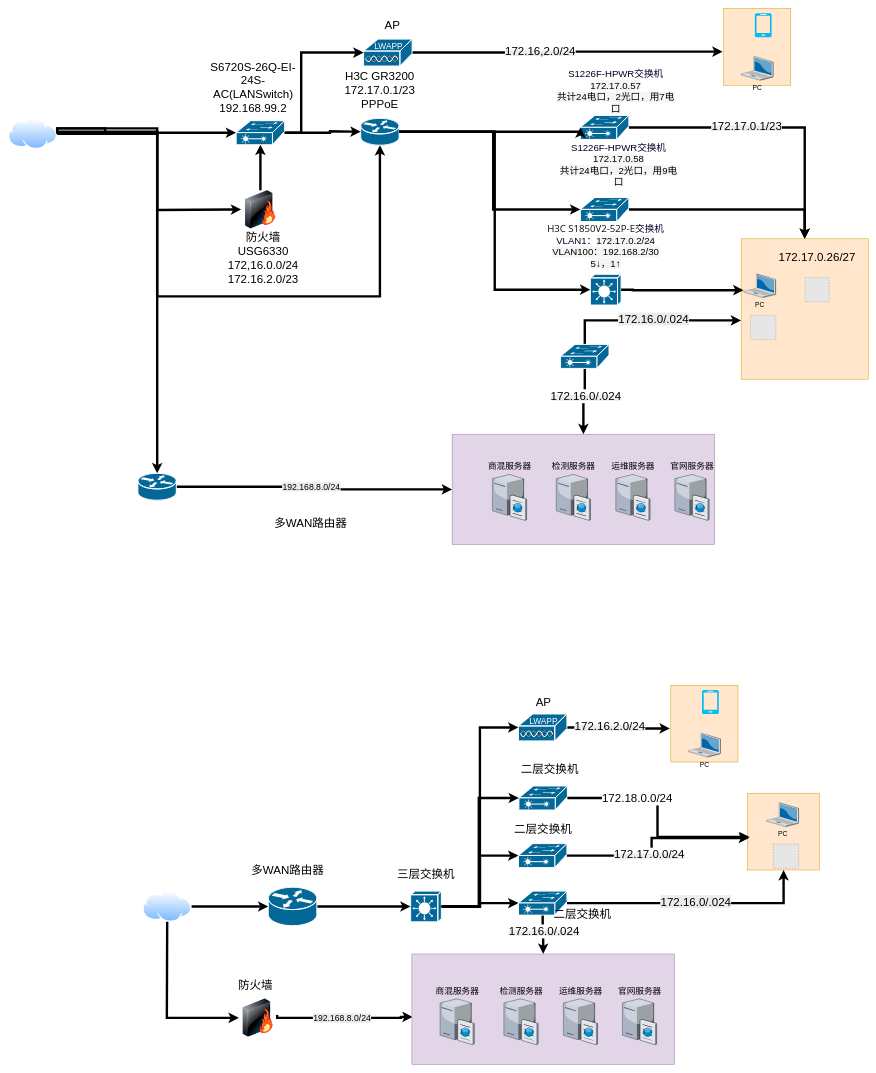
Before: 未命名绘图.drawio in NewStart2019/cardiac-segmentation, a draw.io diagram. Source tidied: cells renumbered, new cells numbered last; positions are measured from the earlier drawing's top-left corner, leaving out a move shared by most shapes. Both pictures are drawn from the tidied source at 48%, with x=0, y=0 at pixel (8, 8). Pictures stored in the file or linked from it are replaced by grey dashed boxes.
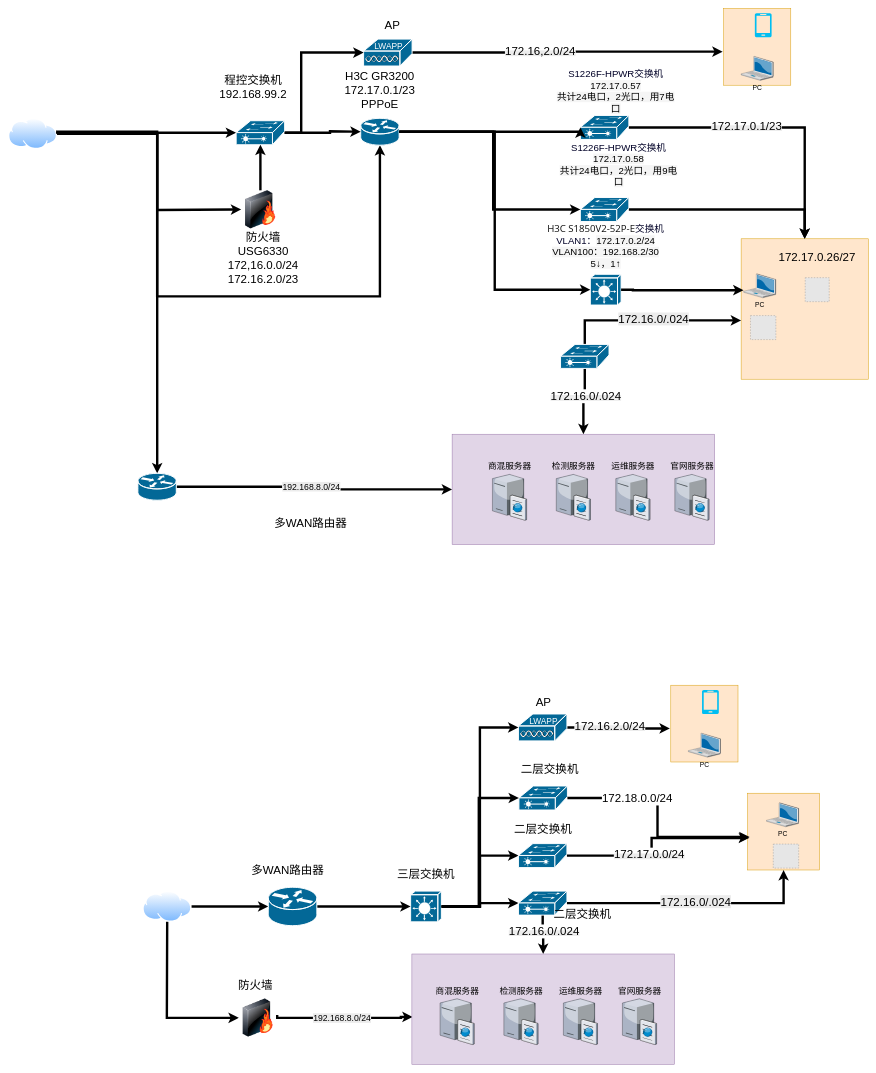
The same page after the edit.

Commit message:
未命名绘图.drawio

Unchanged cells that the change refers to:
```xml
<mxCell id="5" style="perimeter=ellipsePerimeter;html=1;align=center;shadow=0;dashed=0;spacingTop=3;image;image=img/lib/active_directory/internet_cloud.svg;fontSize=18;" parent="1" vertex="1">
  <mxGeometry y="229" width="101.6" height="64" as="geometry" />
</mxCell>
<mxCell id="27" style="strokeColor=#ffffff;sketch=0;html=1;dashed=0;fillColor=#036897;strokeWidth=2;verticalLabelPosition=bottom;verticalAlign=top;align=center;outlineConnect=0;shape=mxgraph.cisco.routers.router;" parent="1" vertex="1">
  <mxGeometry x="269.8" y="968.6" width="80" height="56" as="geometry" />
</mxCell>
<mxCell id="96" style="strokeColor=#ffffff;sketch=0;html=1;dashed=0;fillColor=#036897;strokeWidth=2;verticalLabelPosition=bottom;verticalAlign=top;align=center;outlineConnect=0;shape=mxgraph.cisco.switches.layer_2_remote_switch;" parent="1" vertex="1">
  <mxGeometry x="474.5" y="234" width="101" height="50" as="geometry" />
</mxCell>
```

What changed in the source:
```diff
@@
     <mxCell id="2" style="edgeStyle=orthogonalEdgeStyle;rounded=0;jettySize=auto;html=1;strokeWidth=5;exitX=1;exitY=0.5;exitDx=0;exitDy=0;" parent="1" edge="1" source="5" target="27">
       <mxGeometry relative="1" as="geometry">
         <Array as="points">
-          <mxPoint x="101.6" y="250" />
-          <mxPoint x="310" y="250" />
+          <mxPoint x="310" y="261" />
         </Array>
       </mxGeometry>
     </mxCell>
@@
     <mxCell id="8" style="edgeStyle=orthogonalEdgeStyle;rounded=0;jettySize=auto;html=1;strokeWidth=5;entryX=0;entryY=0.5;entryDx=0;entryDy=0;entryPerimeter=0;exitX=1;exitY=0.5;exitDx=0;exitDy=0;" parent="1" edge="1" source="5" target="96">
       <mxGeometry relative="1" as="geometry">
         <Array as="points">
-          <mxPoint x="101.6" y="250" />
-          <mxPoint x="201.6" y="250" />
-          <mxPoint x="201.6" y="259" />
+          <mxPoint x="101.6" y="259" />
         </Array>
       </mxGeometry>
     </mxCell>
@@
-    <mxCell id="97" value="&lt;span style=&quot;font-size: 24px;&quot;&gt;S6720S-26Q-EI-24S-AC(LANSwitch)&lt;/span&gt;&lt;br&gt;&lt;span style=&quot;font-size: 24px;&quot;&gt;192.168.99.2&lt;/span&gt;" style="text;html=1;whiteSpace=wrap;strokeColor=none;fillColor=none;align=center;verticalAlign=middle;rounded=0;" parent="1" vertex="1">
+    <mxCell id="97" value="&lt;span style=&quot;font-size: 24px;&quot;&gt;程控交换机192.168.99.2&lt;/span&gt;" style="text;html=1;whiteSpace=wrap;strokeColor=none;fillColor=none;align=center;verticalAlign=middle;rounded=0;" parent="1" vertex="1">
       <mxGeometry x="420" y="110" width="180" height="110" as="geometry" />
     </mxCell>
```
